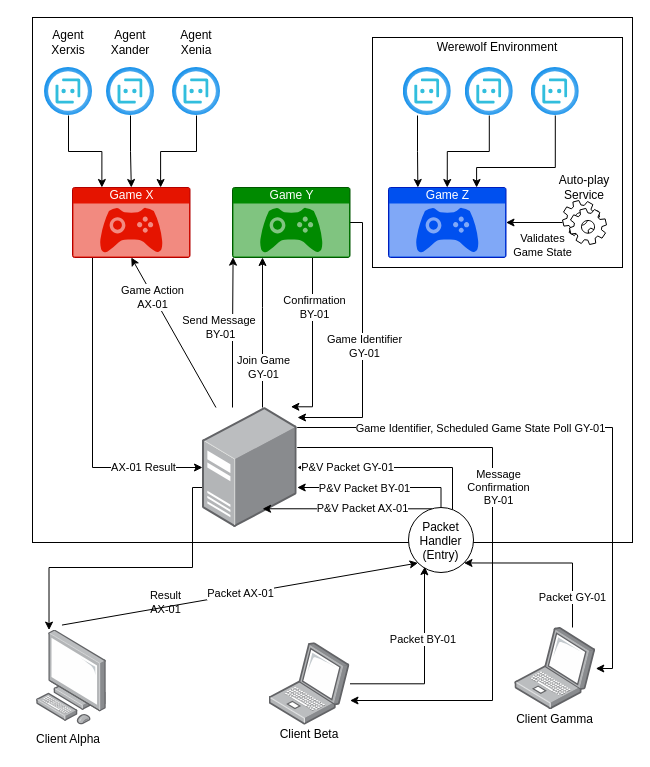
GeorgeVelikov/RLereWolf keeps this draw.io diagram as Documentation/Drawio/GeneralArchitecture.drawio. Above is the earlier version. Source tidied: cells renumbered, new cells numbered last; positions are measured from the earlier drawing's top-left corner, leaving out a move shared by most shapes. Both pictures are drawn from the tidied source at 100%, with x=0, y=0 at pixel (32, 17).
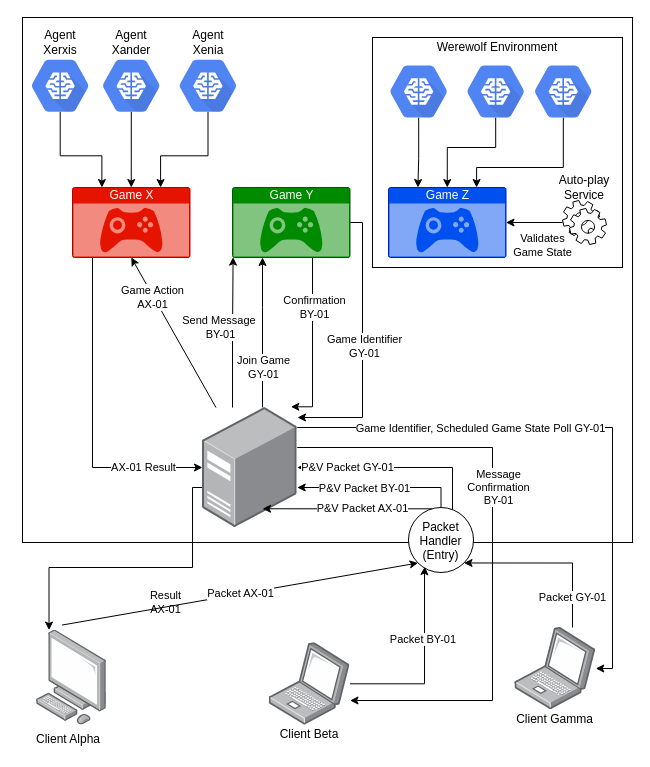
Above is the later version.

Unchanged cells that the change refers to:
```xml
<mxCell id="21" value="Game X" style="html=1;strokeColor=#B20000;fillColor=#e51400;labelPosition=center;verticalLabelPosition=middle;verticalAlign=top;align=center;fontSize=12;outlineConnect=0;spacingTop=-6;fontColor=#ffffff;shape=mxgraph.sitemap.game;" parent="1" vertex="1">
  <mxGeometry x="40" y="170" width="117.5" height="70" as="geometry" />
</mxCell>
<mxCell id="27" value="Game Z" style="html=1;strokeColor=#001DBC;fillColor=#0050ef;labelPosition=center;verticalLabelPosition=middle;verticalAlign=top;align=center;fontSize=12;outlineConnect=0;spacingTop=-6;shape=mxgraph.sitemap.game;fontColor=#ffffff;" parent="1" vertex="1">
  <mxGeometry x="356" y="170" width="117.5" height="70" as="geometry" />
</mxCell>
```

The edit, as a diff of the source:
```diff
@@
     <mxCell id="2" style="rounded=0;whiteSpace=wrap;html=1;align=right;" parent="1" vertex="1">
-      <mxGeometry width="600" height="525" as="geometry" />
+      <mxGeometry x="-10" width="610" height="525" as="geometry" />
     </mxCell>
@@
-    <mxCell id="37" style="edgeStyle=orthogonalEdgeStyle;rounded=0;jettySize=auto;html=1;entryX=0.25;entryY=0;entryDx=0;entryDy=0;entryPerimeter=0;" parent="1" edge="1" source="38" target="21">
-      <mxGeometry relative="1" as="geometry" />
-    </mxCell>
-    <mxCell id="38" style="html=1;points=[];align=center;image;fontSize=12;image=img/lib/azure2/ai_machine_learning/Bot_Services.svg;" parent="1" vertex="1">
-      <mxGeometry x="12" y="50" width="48" height="48" as="geometry" />
-    </mxCell>
-    <mxCell id="39" style="edgeStyle=orthogonalEdgeStyle;rounded=0;jettySize=auto;html=1;entryX=0.75;entryY=0;entryDx=0;entryDy=0;entryPerimeter=0;" parent="1" edge="1" source="40" target="21">
-      <mxGeometry relative="1" as="geometry" />
-    </mxCell>
-    <mxCell id="40" style="html=1;points=[];align=center;image;fontSize=12;image=img/lib/azure2/ai_machine_learning/Bot_Services.svg;" parent="1" vertex="1">
-      <mxGeometry x="140" y="50" width="48" height="48" as="geometry" />
-    </mxCell>
-    <mxCell id="41" style="edgeStyle=orthogonalEdgeStyle;rounded=0;jettySize=auto;html=1;" parent="1" edge="1" source="42" target="21">
-      <mxGeometry relative="1" as="geometry" />
-    </mxCell>
-    <mxCell id="42" style="html=1;points=[];align=center;image;fontSize=12;image=img/lib/azure2/ai_machine_learning/Bot_Services.svg;" parent="1" vertex="1">
-      <mxGeometry x="74" y="50" width="48" height="48" as="geometry" />
-    </mxCell>
     <mxCell id="43" value="Agent Xerxis" style="text;html=1;strokeColor=none;fillColor=none;align=center;verticalAlign=middle;whiteSpace=wrap;rounded=0;" parent="1" vertex="1">
-      <mxGeometry x="7" y="10" width="58" height="30" as="geometry" />
+      <mxGeometry x="-1.3" y="10" width="58" height="30" as="geometry" />
     </mxCell>
     <mxCell id="44" value="Agent Xander" style="text;html=1;strokeColor=none;fillColor=none;align=center;verticalAlign=middle;whiteSpace=wrap;rounded=0;" parent="1" vertex="1">
-      <mxGeometry x="69" y="10" width="58" height="30" as="geometry" />
+      <mxGeometry x="69.8" y="10" width="58" height="30" as="geometry" />
     </mxCell>
     <mxCell id="45" value="Agent Xenia" style="text;html=1;strokeColor=none;fillColor=none;align=center;verticalAlign=middle;whiteSpace=wrap;rounded=0;" parent="1" vertex="1">
-      <mxGeometry x="135" y="10" width="58" height="30" as="geometry" />
+      <mxGeometry x="146.5" y="10" width="58" height="30" as="geometry" />
     </mxCell>
@@
-    <mxCell id="51" style="edgeStyle=orthogonalEdgeStyle;rounded=0;jettySize=auto;html=1;entryX=0.25;entryY=0;entryDx=0;entryDy=0;entryPerimeter=0;" parent="1" edge="1" source="52" target="27">
-      <mxGeometry relative="1" as="geometry">
-        <Array as="points">
-          <mxPoint x="385" y="134" />
-          <mxPoint x="385" y="134" />
-        </Array>
-      </mxGeometry>
-    </mxCell>
-    <mxCell id="52" style="html=1;points=[];align=center;image;fontSize=12;image=img/lib/azure2/ai_machine_learning/Bot_Services.svg;" parent="1" vertex="1">
-      <mxGeometry x="370.8" y="50" width="48" height="48" as="geometry" />
-    </mxCell>
-    <mxCell id="53" style="edgeStyle=orthogonalEdgeStyle;rounded=0;jettySize=auto;html=1;entryX=0.75;entryY=0;entryDx=0;entryDy=0;entryPerimeter=0;" parent="1" edge="1" source="54" target="27">
-      <mxGeometry relative="1" as="geometry">
-        <Array as="points">
-          <mxPoint x="523" y="150" />
-          <mxPoint x="444" y="150" />
-        </Array>
-      </mxGeometry>
-    </mxCell>
-    <mxCell id="54" style="html=1;points=[];align=center;image;fontSize=12;image=img/lib/azure2/ai_machine_learning/Bot_Services.svg;" parent="1" vertex="1">
-      <mxGeometry x="498.8" y="50" width="48" height="48" as="geometry" />
-    </mxCell>
-    <mxCell id="55" style="edgeStyle=orthogonalEdgeStyle;rounded=0;jettySize=auto;html=1;entryX=0.5;entryY=0;entryDx=0;entryDy=0;entryPerimeter=0;" parent="1" edge="1" source="56" target="27">
-      <mxGeometry relative="1" as="geometry">
-        <Array as="points">
-          <mxPoint x="457" y="134" />
-          <mxPoint x="415" y="134" />
-        </Array>
-      </mxGeometry>
-    </mxCell>
-    <mxCell id="56" style="html=1;points=[];align=center;image;fontSize=12;image=img/lib/azure2/ai_machine_learning/Bot_Services.svg;" parent="1" vertex="1">
-      <mxGeometry x="432.8" y="50" width="48" height="48" as="geometry" />
-    </mxCell>
@@
+    <mxCell id="61" style="edgeStyle=orthogonalEdgeStyle;rounded=0;jettySize=auto;html=1;exitX=0.5;exitY=0.84;exitDx=0;exitDy=0;exitPerimeter=0;entryX=0.5;entryY=0;entryDx=0;entryDy=0;entryPerimeter=0;" parent="1" edge="1" source="62" target="27">
+      <mxGeometry relative="1" as="geometry">
+        <Array as="points">
+          <mxPoint x="463" y="130" />
+          <mxPoint x="415" y="130" />
+        </Array>
+      </mxGeometry>
+    </mxCell>
+    <mxCell id="62" style="html=1;fillColor=#5184F3;strokeColor=none;verticalAlign=top;labelPosition=center;verticalLabelPosition=bottom;align=center;spacingTop=-6;fontSize=11;fontStyle=1;fontColor=#999999;shape=mxgraph.gcp2.hexIcon;prIcon=cloud_machine_learning;labelBackgroundColor=none;" parent="1" vertex="1">
+      <mxGeometry x="420" y="35.7" width="86.4" height="76.6" as="geometry" />
+    </mxCell>
+    <mxCell id="63" style="edgeStyle=orthogonalEdgeStyle;rounded=0;jettySize=auto;html=1;exitX=0.5;exitY=0.84;exitDx=0;exitDy=0;exitPerimeter=0;entryX=0.75;entryY=0;entryDx=0;entryDy=0;entryPerimeter=0;" parent="1" edge="1" source="64" target="27">
+      <mxGeometry relative="1" as="geometry">
+        <Array as="points">
+          <mxPoint x="531" y="150" />
+          <mxPoint x="444" y="150" />
+        </Array>
+      </mxGeometry>
+    </mxCell>
+    <mxCell id="64" style="html=1;fillColor=#5184F3;strokeColor=none;verticalAlign=top;labelPosition=center;verticalLabelPosition=bottom;align=center;spacingTop=-6;fontSize=11;fontStyle=1;fontColor=#999999;shape=mxgraph.gcp2.hexIcon;prIcon=cloud_machine_learning;labelBackgroundColor=none;" parent="1" vertex="1">
+      <mxGeometry x="487.6" y="35.7" width="86.4" height="76.6" as="geometry" />
+    </mxCell>
+    <mxCell id="65" style="edgeStyle=orthogonalEdgeStyle;rounded=0;jettySize=auto;html=1;exitX=0.5;exitY=0.84;exitDx=0;exitDy=0;exitPerimeter=0;entryX=0.25;entryY=0;entryDx=0;entryDy=0;entryPerimeter=0;" parent="1" edge="1" source="66" target="27">
+      <mxGeometry relative="1" as="geometry" />
+    </mxCell>
+    <mxCell id="66" style="html=1;fillColor=#5184F3;strokeColor=none;verticalAlign=top;labelPosition=center;verticalLabelPosition=bottom;align=center;spacingTop=-6;fontSize=11;fontStyle=1;fontColor=#999999;shape=mxgraph.gcp2.hexIcon;prIcon=cloud_machine_learning;labelBackgroundColor=none;" parent="1" vertex="1">
+      <mxGeometry x="343" y="35.7" width="86.4" height="76.6" as="geometry" />
+    </mxCell>
+    <mxCell id="67" style="edgeStyle=orthogonalEdgeStyle;rounded=0;jettySize=auto;html=1;exitX=0.5;exitY=0.84;exitDx=0;exitDy=0;exitPerimeter=0;entryX=0.5;entryY=0;entryDx=0;entryDy=0;entryPerimeter=0;" parent="1" edge="1" source="68" target="21">
+      <mxGeometry relative="1" as="geometry" />
+    </mxCell>
+    <mxCell id="68" style="html=1;fillColor=#5184F3;strokeColor=none;verticalAlign=top;labelPosition=center;verticalLabelPosition=bottom;align=center;spacingTop=-6;fontSize=11;fontStyle=1;fontColor=#999999;shape=mxgraph.gcp2.hexIcon;prIcon=cloud_machine_learning;labelBackgroundColor=none;" parent="1" vertex="1">
+      <mxGeometry x="55.6" y="30" width="86.4" height="76.6" as="geometry" />
+    </mxCell>
+    <mxCell id="69" style="edgeStyle=orthogonalEdgeStyle;rounded=0;jettySize=auto;html=1;exitX=0.5;exitY=0.84;exitDx=0;exitDy=0;exitPerimeter=0;entryX=0.75;entryY=0;entryDx=0;entryDy=0;entryPerimeter=0;" parent="1" edge="1" source="70" target="21">
+      <mxGeometry relative="1" as="geometry" />
+    </mxCell>
+    <mxCell id="70" style="html=1;fillColor=#5184F3;strokeColor=none;verticalAlign=top;labelPosition=center;verticalLabelPosition=bottom;align=center;spacingTop=-6;fontSize=11;fontStyle=1;fontColor=#999999;shape=mxgraph.gcp2.hexIcon;prIcon=cloud_machine_learning;labelBackgroundColor=none;" parent="1" vertex="1">
+      <mxGeometry x="132.3" y="30" width="86.4" height="76.6" as="geometry" />
+    </mxCell>
+    <mxCell id="71" style="edgeStyle=orthogonalEdgeStyle;rounded=0;jettySize=auto;html=1;exitX=0.5;exitY=0.84;exitDx=0;exitDy=0;exitPerimeter=0;entryX=0.25;entryY=0;entryDx=0;entryDy=0;entryPerimeter=0;" parent="1" edge="1" source="72" target="21">
+      <mxGeometry relative="1" as="geometry" />
+    </mxCell>
+    <mxCell id="72" style="html=1;fillColor=#5184F3;strokeColor=none;verticalAlign=top;labelPosition=center;verticalLabelPosition=bottom;align=center;spacingTop=-6;fontSize=11;fontStyle=1;fontColor=#999999;shape=mxgraph.gcp2.hexIcon;prIcon=cloud_machine_learning;labelBackgroundColor=none;" parent="1" vertex="1">
+      <mxGeometry x="-15.5" y="30" width="86.4" height="76.6" as="geometry" />
+    </mxCell>
```
